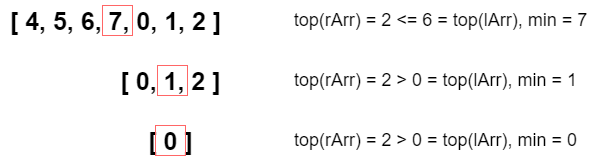
ashiven/leetcode-solutions keeps this draw.io diagram as Neetcode150/img/MinimumRotatedArr.png. Above is the earlier version. Source tidied: cells renumbered, new cells last; positions are measured from the earlier drawing's top-left corner, leaving out a move shared by most shapes. The source it was exported from:
```xml
<mxGraphModel>
  <root>
    <mxCell id="0" />
    <mxCell id="1" parent="0" />
    <mxCell id="2" style="group;" parent="1" vertex="1">
      <mxGeometry width="553" height="160" as="geometry" />
    </mxCell>
    <mxCell id="3" value="&lt;font style=&quot;font-size: 25px;&quot;&gt;&lt;b&gt;[ 4, 5, 6, 7, 0, 1, 2 ]&lt;/b&gt;&lt;/font&gt;" style="text;html=1;align=center;verticalAlign=middle;strokeColor=none;fillColor=none;" parent="2" vertex="1">
      <mxGeometry width="230" height="40" as="geometry" />
    </mxCell>
    <mxCell id="4" style="whiteSpace=wrap;html=1;fillColor=none;strokeColor=#FF6666;" parent="2" vertex="1">
      <mxGeometry x="102" y="5" width="30" height="30" as="geometry" />
    </mxCell>
    <mxCell id="5" value="&lt;font style=&quot;font-size: 18px;&quot;&gt;top(rArr) = 2 &amp;lt;= 6 = top(lArr), min = 7&lt;/font&gt;" style="text;html=1;align=center;verticalAlign=middle;strokeColor=none;fillColor=none;" parent="2" vertex="1">
      <mxGeometry x="280" width="320" height="40" as="geometry" />
    </mxCell>
    <mxCell id="6" value="&lt;font style=&quot;font-size: 25px;&quot;&gt;&lt;b&gt;[ 0, 1, 2 ]&lt;/b&gt;&lt;/font&gt;" style="text;html=1;align=center;verticalAlign=middle;strokeColor=none;fillColor=none;" parent="2" vertex="1">
      <mxGeometry x="110" y="60" width="120" height="40" as="geometry" />
    </mxCell>
    <mxCell id="7" style="whiteSpace=wrap;html=1;fillColor=none;strokeColor=#FF6666;" parent="2" vertex="1">
      <mxGeometry x="157" y="65" width="30" height="30" as="geometry" />
    </mxCell>
    <mxCell id="8" value="&lt;font style=&quot;font-size: 18px;&quot;&gt;top(rArr) = 2 &amp;gt; 0 = top(lArr), min = 1&lt;/font&gt;" style="text;html=1;align=center;verticalAlign=middle;strokeColor=none;fillColor=none;" parent="2" vertex="1">
      <mxGeometry x="280" y="60" width="310" height="40" as="geometry" />
    </mxCell>
    <mxCell id="9" value="&lt;font style=&quot;font-size: 25px;&quot;&gt;&lt;b&gt;[ 0 ]&lt;/b&gt;&lt;/font&gt;" style="text;html=1;align=center;verticalAlign=middle;strokeColor=none;fillColor=none;" parent="2" vertex="1">
      <mxGeometry x="135" y="120" width="70" height="40" as="geometry" />
    </mxCell>
    <mxCell id="10" style="whiteSpace=wrap;html=1;fillColor=none;strokeColor=#FF6666;" parent="2" vertex="1">
      <mxGeometry x="155" y="125" width="30" height="30" as="geometry" />
    </mxCell>
    <mxCell id="11" value="&lt;font style=&quot;font-size: 18px;&quot;&gt;top(rArr) = 2 &amp;gt; 0 = top(lArr), min = 0&lt;/font&gt;" style="text;html=1;align=center;verticalAlign=middle;strokeColor=none;fillColor=none;" parent="2" vertex="1">
      <mxGeometry x="280" y="120" width="310" height="40" as="geometry" />
    </mxCell>
  </root>
</mxGraphModel>
```
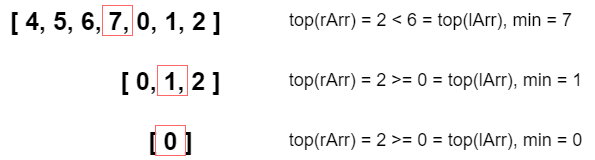
The same diagram one commit later.

What changed in the source:
```diff
@@ -3,7 +3,7 @@
     <mxCell id="0" />
     <mxCell id="1" parent="0" />
     <mxCell id="2" style="group;" parent="1" vertex="1">
-      <mxGeometry width="553" height="160" as="geometry" />
+      <mxGeometry width="595" height="160" as="geometry" />
     </mxCell>
     <mxCell id="3" value="&lt;font style=&quot;font-size: 25px;&quot;&gt;&lt;b&gt;[ 4, 5, 6, 7, 0, 1, 2 ]&lt;/b&gt;&lt;/font&gt;" style="text;html=1;align=center;verticalAlign=middle;strokeColor=none;fillColor=none;" parent="2" vertex="1">
       <mxGeometry width="230" height="40" as="geometry" />
@@ -11,8 +11,8 @@
     <mxCell id="4" style="whiteSpace=wrap;html=1;fillColor=none;strokeColor=#FF6666;" parent="2" vertex="1">
       <mxGeometry x="102" y="5" width="30" height="30" as="geometry" />
     </mxCell>
-    <mxCell id="5" value="&lt;font style=&quot;font-size: 18px;&quot;&gt;top(rArr) = 2 &amp;lt;= 6 = top(lArr), min = 7&lt;/font&gt;" style="text;html=1;align=center;verticalAlign=middle;strokeColor=none;fillColor=none;" parent="2" vertex="1">
-      <mxGeometry x="280" width="320" height="40" as="geometry" />
+    <mxCell id="5" value="&lt;font style=&quot;font-size: 18px;&quot;&gt;top(rArr) = 2 &amp;lt; 6 = top(lArr), min = 7&lt;/font&gt;" style="text;html=1;align=center;verticalAlign=middle;strokeColor=none;fillColor=none;" parent="2" vertex="1">
+      <mxGeometry x="275" width="310" height="40" as="geometry" />
     </mxCell>
     <mxCell id="6" value="&lt;font style=&quot;font-size: 25px;&quot;&gt;&lt;b&gt;[ 0, 1, 2 ]&lt;/b&gt;&lt;/font&gt;" style="text;html=1;align=center;verticalAlign=middle;strokeColor=none;fillColor=none;" parent="2" vertex="1">
       <mxGeometry x="110" y="60" width="120" height="40" as="geometry" />
@@ -20,8 +20,8 @@
     <mxCell id="7" style="whiteSpace=wrap;html=1;fillColor=none;strokeColor=#FF6666;" parent="2" vertex="1">
       <mxGeometry x="157" y="65" width="30" height="30" as="geometry" />
     </mxCell>
-    <mxCell id="8" value="&lt;font style=&quot;font-size: 18px;&quot;&gt;top(rArr) = 2 &amp;gt; 0 = top(lArr), min = 1&lt;/font&gt;" style="text;html=1;align=center;verticalAlign=middle;strokeColor=none;fillColor=none;" parent="2" vertex="1">
-      <mxGeometry x="280" y="60" width="310" height="40" as="geometry" />
+    <mxCell id="8" value="&lt;font style=&quot;font-size: 18px;&quot;&gt;top(rArr) = 2 &amp;gt;= 0 = top(lArr), min = 1&lt;/font&gt;" style="text;html=1;align=center;verticalAlign=middle;strokeColor=none;fillColor=none;" parent="2" vertex="1">
+      <mxGeometry x="275" y="60" width="320" height="40" as="geometry" />
     </mxCell>
     <mxCell id="9" value="&lt;font style=&quot;font-size: 25px;&quot;&gt;&lt;b&gt;[ 0 ]&lt;/b&gt;&lt;/font&gt;" style="text;html=1;align=center;verticalAlign=middle;strokeColor=none;fillColor=none;" parent="2" vertex="1">
       <mxGeometry x="135" y="120" width="70" height="40" as="geometry" />
@@ -29,8 +29,8 @@
     <mxCell id="10" style="whiteSpace=wrap;html=1;fillColor=none;strokeColor=#FF6666;" parent="2" vertex="1">
       <mxGeometry x="155" y="125" width="30" height="30" as="geometry" />
     </mxCell>
-    <mxCell id="11" value="&lt;font style=&quot;font-size: 18px;&quot;&gt;top(rArr) = 2 &amp;gt; 0 = top(lArr), min = 0&lt;/font&gt;" style="text;html=1;align=center;verticalAlign=middle;strokeColor=none;fillColor=none;" parent="2" vertex="1">
-      <mxGeometry x="280" y="120" width="310" height="40" as="geometry" />
+    <mxCell id="11" value="&lt;font style=&quot;font-size: 18px;&quot;&gt;top(rArr) = 2 &amp;gt;= 0 = top(lArr), min = 0&lt;/font&gt;" style="text;html=1;align=center;verticalAlign=middle;strokeColor=none;fillColor=none;" parent="2" vertex="1">
+      <mxGeometry x="275" y="120" width="320" height="40" as="geometry" />
     </mxCell>
   </root>
 </mxGraphModel>
```
